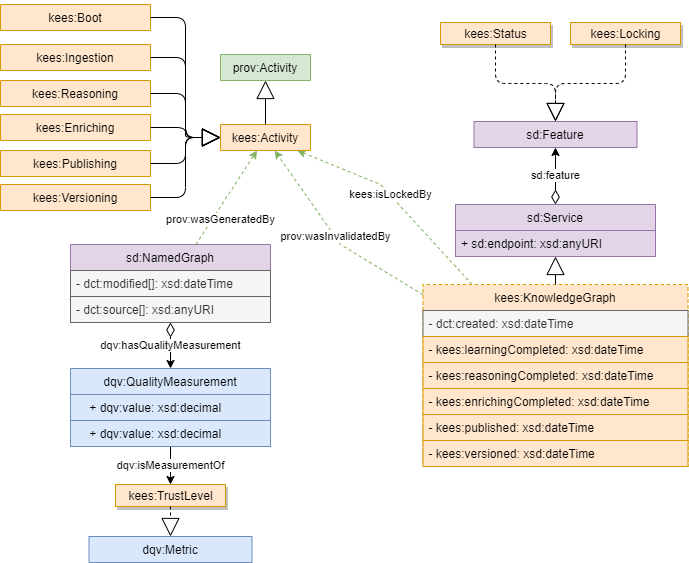
linkeddatacenter/kees keeps this draw.io diagram as v1/images/uml.png. Above is the earlier version. Source tidied: cells renumbered, new cells last; positions are measured from the earlier drawing's top-left corner, leaving out a move shared by most shapes.
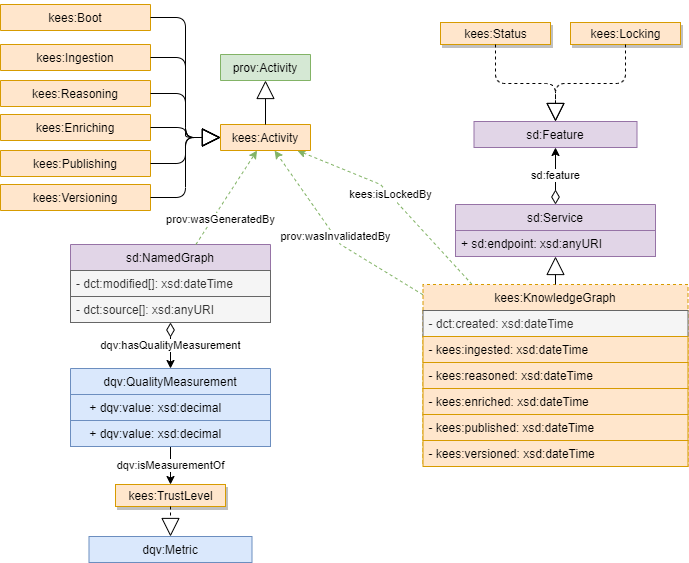
The same diagram one commit later.

What changed in the source:
```diff
@@ -23,13 +23,13 @@
     <mxCell id="5" value="- dct:created: xsd:dateTime" style="text;strokeColor=#666666;fillColor=#f5f5f5;align=left;verticalAlign=top;spacingLeft=4;spacingRight=4;overflow=hidden;fontColor=#333333;" parent="4" vertex="1">
       <mxGeometry y="26" width="265" height="26" as="geometry" />
     </mxCell>
-    <mxCell id="6" value="- kees:learningCompleted: xsd:dateTime" style="text;strokeColor=#d79b00;fillColor=#ffe6cc;align=left;verticalAlign=top;spacingLeft=4;spacingRight=4;overflow=hidden;" parent="4" vertex="1">
+    <mxCell id="6" value="- kees:ingested: xsd:dateTime" style="text;strokeColor=#d79b00;fillColor=#ffe6cc;align=left;verticalAlign=top;spacingLeft=4;spacingRight=4;overflow=hidden;" parent="4" vertex="1">
       <mxGeometry y="52" width="265" height="26" as="geometry" />
     </mxCell>
-    <mxCell id="7" value="- kees:reasoningCompleted: xsd:dateTime" style="text;strokeColor=#d79b00;fillColor=#ffe6cc;align=left;verticalAlign=top;spacingLeft=4;spacingRight=4;overflow=hidden;" parent="4" vertex="1">
+    <mxCell id="7" value="- kees:reasoned: xsd:dateTime" style="text;strokeColor=#d79b00;fillColor=#ffe6cc;align=left;verticalAlign=top;spacingLeft=4;spacingRight=4;overflow=hidden;" parent="4" vertex="1">
       <mxGeometry y="78" width="265" height="26" as="geometry" />
     </mxCell>
-    <mxCell id="8" value="- kees:enrichingCompleted: xsd:dateTime" style="text;strokeColor=#d79b00;fillColor=#ffe6cc;align=left;verticalAlign=top;spacingLeft=4;spacingRight=4;overflow=hidden;" parent="4" vertex="1">
+    <mxCell id="8" value="- kees:enriched: xsd:dateTime" style="text;strokeColor=#d79b00;fillColor=#ffe6cc;align=left;verticalAlign=top;spacingLeft=4;spacingRight=4;overflow=hidden;" parent="4" vertex="1">
       <mxGeometry y="104" width="265" height="26" as="geometry" />
     </mxCell>
     <mxCell id="9" value="- kees:published: xsd:dateTime" style="text;strokeColor=#d79b00;fillColor=#ffe6cc;align=left;verticalAlign=top;spacingLeft=4;spacingRight=4;overflow=hidden;" parent="4" vertex="1">
```
